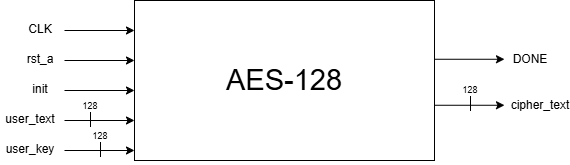
The draw.io diagram docs/diagramas/AES.drawio.png in thalescazevedo/aes-encryption-vhdl, before a commit. Source tidied: cells renumbered, new cells last; positions are measured from the earlier drawing's top-left corner, leaving out a move shared by most shapes. The source it was exported from:
```xml
<mxGraphModel background="light-dark(#FFFFFF,#FFFFFF)">
  <root>
    <mxCell id="0" />
    <mxCell id="1" parent="0" />
    <mxCell id="2" style="rounded=0;whiteSpace=wrap;html=1;" parent="1" vertex="1">
      <mxGeometry x="134" width="300" height="160" as="geometry" />
    </mxCell>
    <mxCell id="3" value="&lt;font style=&quot;font-size: 29px;&quot;&gt;AES-128&lt;/font&gt;" style="text;html=1;whiteSpace=wrap;strokeColor=none;fillColor=none;align=center;verticalAlign=middle;rounded=0;" parent="1" vertex="1">
      <mxGeometry x="204" y="65" width="160" height="30" as="geometry" />
    </mxCell>
    <mxCell id="4" style="endArrow=classic;html=1;rounded=0;" parent="1" edge="1">
      <mxGeometry relative="1" as="geometry">
        <mxPoint x="64" y="30" as="sourcePoint" />
        <mxPoint x="134" y="30" as="targetPoint" />
      </mxGeometry>
    </mxCell>
    <mxCell id="5" style="endArrow=classic;html=1;rounded=0;" parent="1" edge="1">
      <mxGeometry relative="1" as="geometry">
        <mxPoint x="64" y="60" as="sourcePoint" />
        <mxPoint x="134" y="60" as="targetPoint" />
      </mxGeometry>
    </mxCell>
    <mxCell id="6" style="endArrow=classic;html=1;rounded=0;" parent="1" edge="1">
      <mxGeometry relative="1" as="geometry">
        <mxPoint x="64" y="90" as="sourcePoint" />
        <mxPoint x="134" y="90" as="targetPoint" />
      </mxGeometry>
    </mxCell>
    <mxCell id="7" style="endArrow=classic;html=1;rounded=0;" parent="1" edge="1">
      <mxGeometry relative="1" as="geometry">
        <mxPoint x="64" y="120" as="sourcePoint" />
        <mxPoint x="134" y="120" as="targetPoint" />
      </mxGeometry>
    </mxCell>
    <mxCell id="8" style="endArrow=classic;html=1;rounded=0;" parent="1" edge="1">
      <mxGeometry relative="1" as="geometry">
        <mxPoint x="64" y="150" as="sourcePoint" />
        <mxPoint x="134" y="150" as="targetPoint" />
      </mxGeometry>
    </mxCell>
    <mxCell id="9" value="CLK" style="text;html=1;whiteSpace=wrap;strokeColor=none;fillColor=none;align=center;verticalAlign=middle;rounded=0;" parent="1" vertex="1">
      <mxGeometry x="10" y="14" width="60" height="30" as="geometry" />
    </mxCell>
    <mxCell id="10" value="rst_a" style="text;html=1;whiteSpace=wrap;strokeColor=none;fillColor=none;align=center;verticalAlign=middle;rounded=0;" parent="1" vertex="1">
      <mxGeometry x="10" y="44" width="60" height="30" as="geometry" />
    </mxCell>
    <mxCell id="11" value="init" style="text;html=1;whiteSpace=wrap;strokeColor=none;fillColor=none;align=center;verticalAlign=middle;rounded=0;" parent="1" vertex="1">
      <mxGeometry x="10" y="74" width="60" height="30" as="geometry" />
    </mxCell>
    <mxCell id="12" value="user_text" style="text;html=1;whiteSpace=wrap;strokeColor=none;fillColor=none;align=center;verticalAlign=middle;rounded=0;" parent="1" vertex="1">
      <mxGeometry y="104" width="60" height="30" as="geometry" />
    </mxCell>
    <mxCell id="13" value="user_key" style="text;html=1;whiteSpace=wrap;strokeColor=none;fillColor=none;align=center;verticalAlign=middle;rounded=0;" parent="1" vertex="1">
      <mxGeometry y="134" width="60" height="30" as="geometry" />
    </mxCell>
    <mxCell id="14" style="endArrow=none;html=1;rounded=0;" parent="1" edge="1">
      <mxGeometry relative="1" as="geometry">
        <mxPoint x="90" y="126.5" as="sourcePoint" />
        <mxPoint x="90" y="111.5" as="targetPoint" />
      </mxGeometry>
    </mxCell>
    <mxCell id="15" style="endArrow=none;html=1;rounded=0;" parent="1" edge="1">
      <mxGeometry relative="1" as="geometry">
        <mxPoint x="100" y="156.5" as="sourcePoint" />
        <mxPoint x="100" y="141.5" as="targetPoint" />
      </mxGeometry>
    </mxCell>
    <mxCell id="16" value="&lt;font style=&quot;font-size: 9px;&quot;&gt;128&lt;/font&gt;" style="text;html=1;whiteSpace=wrap;strokeColor=none;fillColor=none;align=center;verticalAlign=middle;rounded=0;" parent="1" vertex="1">
      <mxGeometry x="60" y="90" width="60" height="30" as="geometry" />
    </mxCell>
    <mxCell id="17" value="&lt;font style=&quot;font-size: 9px;&quot;&gt;128&lt;/font&gt;" style="text;html=1;whiteSpace=wrap;strokeColor=none;fillColor=none;align=center;verticalAlign=middle;rounded=0;" parent="1" vertex="1">
      <mxGeometry x="70" y="120" width="60" height="30" as="geometry" />
    </mxCell>
    <mxCell id="18" style="endArrow=classic;html=1;rounded=0;" parent="1" edge="1">
      <mxGeometry relative="1" as="geometry">
        <mxPoint x="434" y="58.8" as="sourcePoint" />
        <mxPoint x="504" y="58.8" as="targetPoint" />
      </mxGeometry>
    </mxCell>
    <mxCell id="19" style="endArrow=classic;html=1;rounded=0;" parent="1" edge="1">
      <mxGeometry relative="1" as="geometry">
        <mxPoint x="434" y="104.8" as="sourcePoint" />
        <mxPoint x="504" y="104.8" as="targetPoint" />
      </mxGeometry>
    </mxCell>
    <mxCell id="20" value="DONE" style="text;html=1;whiteSpace=wrap;strokeColor=none;fillColor=none;align=center;verticalAlign=middle;rounded=0;" parent="1" vertex="1">
      <mxGeometry x="500" y="44" width="60" height="30" as="geometry" />
    </mxCell>
    <mxCell id="21" value="cipher_text" style="text;html=1;whiteSpace=wrap;strokeColor=none;fillColor=none;align=center;verticalAlign=middle;rounded=0;" parent="1" vertex="1">
      <mxGeometry x="510" y="90" width="60" height="30" as="geometry" />
    </mxCell>
    <mxCell id="22" style="endArrow=none;html=1;rounded=0;" parent="1" edge="1">
      <mxGeometry relative="1" as="geometry">
        <mxPoint x="470" y="110.5" as="sourcePoint" />
        <mxPoint x="470" y="95.5" as="targetPoint" />
      </mxGeometry>
    </mxCell>
    <mxCell id="23" value="&lt;font style=&quot;font-size: 9px;&quot;&gt;128&lt;/font&gt;" style="text;html=1;whiteSpace=wrap;strokeColor=none;fillColor=none;align=center;verticalAlign=middle;rounded=0;" parent="1" vertex="1">
      <mxGeometry x="440" y="74" width="60" height="30" as="geometry" />
    </mxCell>
  </root>
</mxGraphModel>
```
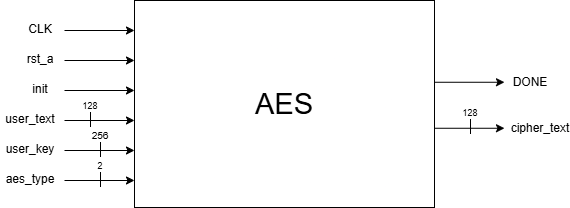
Later version of the same file.

What changed in the source:
```diff
@@ -1,12 +1,12 @@
-<mxGraphModel background="light-dark(#FFFFFF,#FFFFFF)">
+<mxGraphModel background="#ffffff">
   <root>
     <mxCell id="0" />
     <mxCell id="1" parent="0" />
     <mxCell id="2" style="rounded=0;whiteSpace=wrap;html=1;" parent="1" vertex="1">
-      <mxGeometry x="134" width="300" height="160" as="geometry" />
+      <mxGeometry x="134" width="300" height="207" as="geometry" />
     </mxCell>
-    <mxCell id="3" value="&lt;font style=&quot;font-size: 29px;&quot;&gt;AES-128&lt;/font&gt;" style="text;html=1;whiteSpace=wrap;strokeColor=none;fillColor=none;align=center;verticalAlign=middle;rounded=0;" parent="1" vertex="1">
-      <mxGeometry x="204" y="65" width="160" height="30" as="geometry" />
+    <mxCell id="3" value="&lt;font style=&quot;font-size: 29px;&quot;&gt;AES&lt;/font&gt;" style="text;html=1;whiteSpace=wrap;strokeColor=none;fillColor=none;align=center;verticalAlign=middle;rounded=0;" parent="1" vertex="1">
+      <mxGeometry x="204" y="88.5" width="160" height="30" as="geometry" />
     </mxCell>
     <mxCell id="4" style="endArrow=classic;html=1;rounded=0;" parent="1" edge="1">
       <mxGeometry relative="1" as="geometry">
@@ -68,35 +68,53 @@
     <mxCell id="16" value="&lt;font style=&quot;font-size: 9px;&quot;&gt;128&lt;/font&gt;" style="text;html=1;whiteSpace=wrap;strokeColor=none;fillColor=none;align=center;verticalAlign=middle;rounded=0;" parent="1" vertex="1">
       <mxGeometry x="60" y="90" width="60" height="30" as="geometry" />
     </mxCell>
-    <mxCell id="17" value="&lt;font style=&quot;font-size: 9px;&quot;&gt;128&lt;/font&gt;" style="text;html=1;whiteSpace=wrap;strokeColor=none;fillColor=none;align=center;verticalAlign=middle;rounded=0;" parent="1" vertex="1">
+    <mxCell id="17" value="&lt;font size=&quot;1&quot;&gt;256&lt;/font&gt;" style="text;html=1;whiteSpace=wrap;strokeColor=none;fillColor=none;align=center;verticalAlign=middle;rounded=0;" parent="1" vertex="1">
       <mxGeometry x="70" y="120" width="60" height="30" as="geometry" />
     </mxCell>
     <mxCell id="18" style="endArrow=classic;html=1;rounded=0;" parent="1" edge="1">
       <mxGeometry relative="1" as="geometry">
-        <mxPoint x="434" y="58.8" as="sourcePoint" />
-        <mxPoint x="504" y="58.8" as="targetPoint" />
+        <mxPoint x="434" y="81.8" as="sourcePoint" />
+        <mxPoint x="504" y="81.8" as="targetPoint" />
       </mxGeometry>
     </mxCell>
     <mxCell id="19" style="endArrow=classic;html=1;rounded=0;" parent="1" edge="1">
       <mxGeometry relative="1" as="geometry">
-        <mxPoint x="434" y="104.8" as="sourcePoint" />
-        <mxPoint x="504" y="104.8" as="targetPoint" />
+        <mxPoint x="434" y="127.8" as="sourcePoint" />
+        <mxPoint x="504" y="127.8" as="targetPoint" />
       </mxGeometry>
     </mxCell>
     <mxCell id="20" value="DONE" style="text;html=1;whiteSpace=wrap;strokeColor=none;fillColor=none;align=center;verticalAlign=middle;rounded=0;" parent="1" vertex="1">
-      <mxGeometry x="500" y="44" width="60" height="30" as="geometry" />
+      <mxGeometry x="500" y="67" width="60" height="30" as="geometry" />
     </mxCell>
     <mxCell id="21" value="cipher_text" style="text;html=1;whiteSpace=wrap;strokeColor=none;fillColor=none;align=center;verticalAlign=middle;rounded=0;" parent="1" vertex="1">
-      <mxGeometry x="510" y="90" width="60" height="30" as="geometry" />
+      <mxGeometry x="510" y="113" width="60" height="30" as="geometry" />
     </mxCell>
     <mxCell id="22" style="endArrow=none;html=1;rounded=0;" parent="1" edge="1">
       <mxGeometry relative="1" as="geometry">
-        <mxPoint x="470" y="110.5" as="sourcePoint" />
-        <mxPoint x="470" y="95.5" as="targetPoint" />
+        <mxPoint x="470" y="133.5" as="sourcePoint" />
+        <mxPoint x="470" y="118.5" as="targetPoint" />
       </mxGeometry>
     </mxCell>
     <mxCell id="23" value="&lt;font style=&quot;font-size: 9px;&quot;&gt;128&lt;/font&gt;" style="text;html=1;whiteSpace=wrap;strokeColor=none;fillColor=none;align=center;verticalAlign=middle;rounded=0;" parent="1" vertex="1">
-      <mxGeometry x="440" y="74" width="60" height="30" as="geometry" />
+      <mxGeometry x="440" y="97" width="60" height="30" as="geometry" />
     </mxCell>
+    <mxCell id="24" style="endArrow=classic;html=1;rounded=0;" parent="1" edge="1">
+      <mxGeometry relative="1" as="geometry">
+        <mxPoint x="64" y="180" as="sourcePoint" />
+        <mxPoint x="134" y="180" as="targetPoint" />
+      </mxGeometry>
+    </mxCell>
+    <mxCell id="25" value="aes_type" style="text;html=1;whiteSpace=wrap;strokeColor=none;fillColor=none;align=center;verticalAlign=middle;rounded=0;" parent="1" vertex="1">
+      <mxGeometry y="164" width="60" height="30" as="geometry" />
+    </mxCell>
+    <mxCell id="26" style="endArrow=none;html=1;rounded=0;" parent="1" edge="1">
+      <mxGeometry relative="1" as="geometry">
+        <mxPoint x="100" y="186.5" as="sourcePoint" />
+        <mxPoint x="100" y="171.5" as="targetPoint" />
+      </mxGeometry>
+    </mxCell>
+    <mxCell id="27" value="&lt;font style=&quot;font-size: 9px;&quot;&gt;2&lt;/font&gt;" style="text;html=1;whiteSpace=wrap;strokeColor=none;fillColor=none;align=center;verticalAlign=middle;rounded=0;" parent="1" vertex="1">
+      <mxGeometry x="70" y="150" width="60" height="30" as="geometry" />
+    </mxCell>
   </root>
 </mxGraphModel>
```
